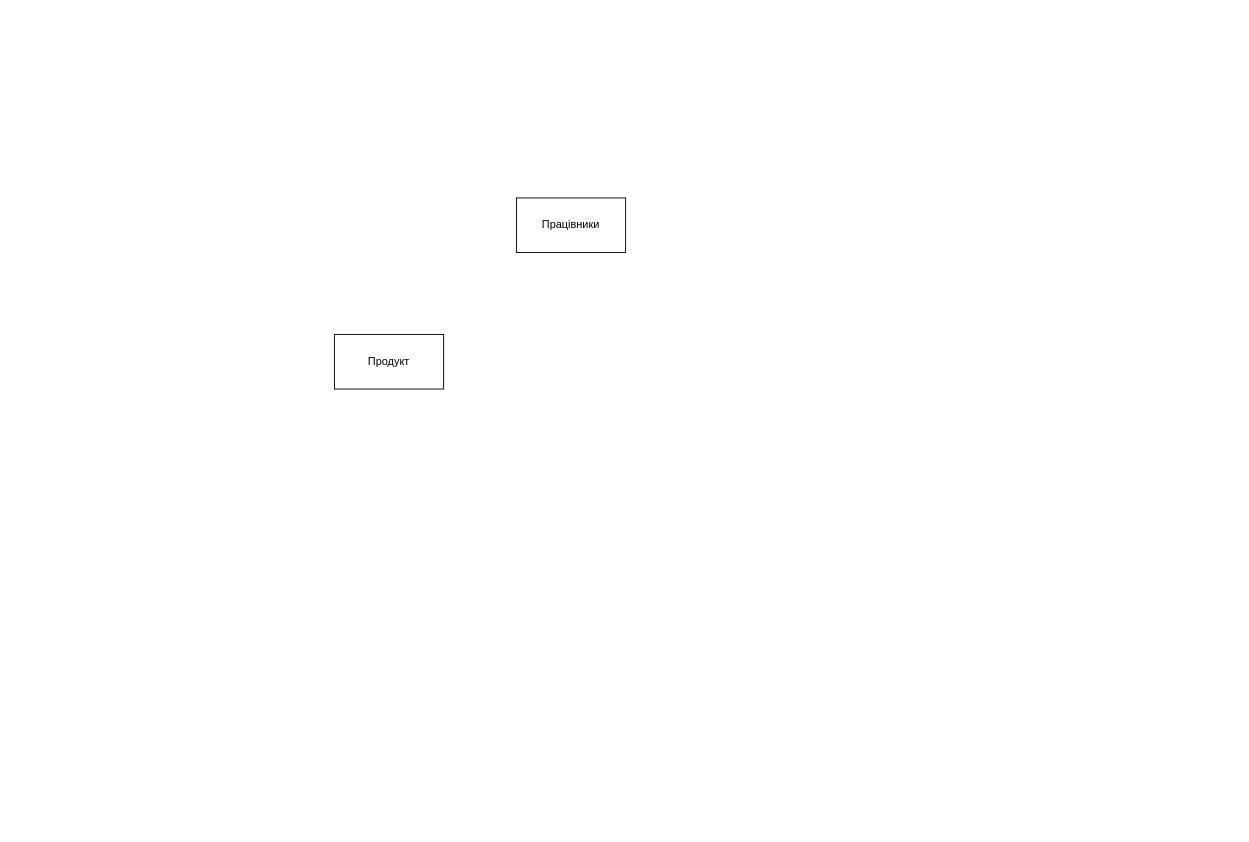
YuriiFlys/Autonetics keeps this draw.io diagram as Autonetics.drawio. Above is the earlier version. Source tidied: cells renumbered, new cells numbered last; positions are measured from the earlier drawing's top-left corner, leaving out a move shared by most shapes. Both pictures are drawn from the tidied source at 91%, with x=0, y=0 at pixel (334, 197).
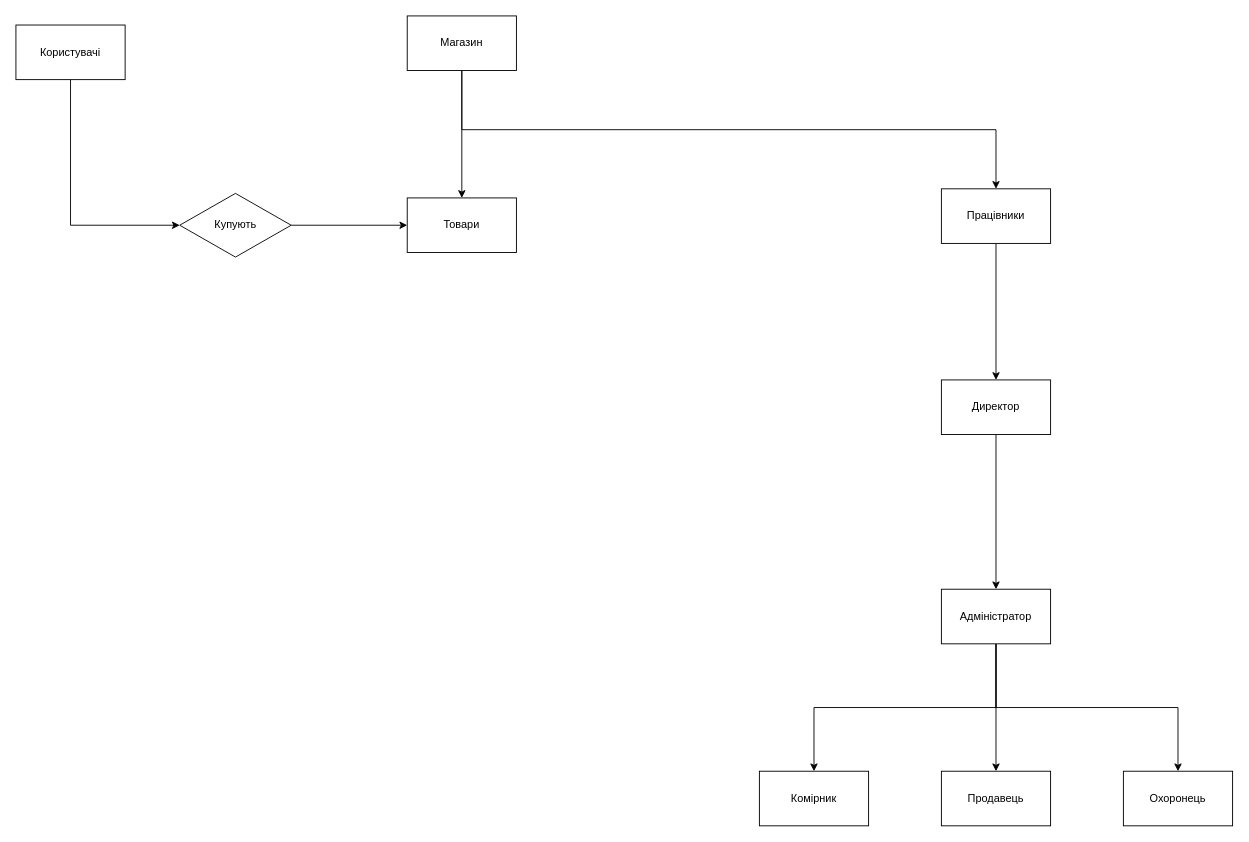
Above is the later version.

The edit, as a diff of the source:
```diff
@@
-    <mxCell id="2" value="Продукт" style="rounded=0;whiteSpace=wrap;html=1;" parent="1" vertex="1">
-      <mxGeometry y="150" width="120" height="60" as="geometry" />
+    <mxCell id="2" value="Товари" style="rounded=0;whiteSpace=wrap;html=1;" parent="1" vertex="1">
+      <mxGeometry x="80" width="120" height="60" as="geometry" />
     </mxCell>
+    <mxCell id="4" style="edgeStyle=orthogonalEdgeStyle;rounded=0;jettySize=auto;html=1;exitX=0.5;exitY=1;exitDx=0;exitDy=0;" parent="1" edge="1" source="3" target="11">
+      <mxGeometry relative="1" as="geometry" />
+    </mxCell>
     <mxCell id="3" value="Працівники" style="rounded=0;whiteSpace=wrap;html=1;" parent="1" vertex="1">
-      <mxGeometry x="200" width="120" height="60" as="geometry" />
+      <mxGeometry x="667" y="-10" width="120" height="60" as="geometry" />
     </mxCell>
+    <mxCell id="5" style="edgeStyle=orthogonalEdgeStyle;rounded=0;jettySize=auto;html=1;exitX=0.5;exitY=1;exitDx=0;exitDy=0;entryX=0;entryY=0.5;entryDx=0;entryDy=0;" parent="1" edge="1" source="6" target="20">
+      <mxGeometry relative="1" as="geometry" />
+    </mxCell>
+    <mxCell id="6" value="Користувачі" style="rounded=0;whiteSpace=wrap;html=1;" parent="1" vertex="1">
+      <mxGeometry x="-350" y="-190" width="120" height="60" as="geometry" />
+    </mxCell>
+    <mxCell id="7" style="edgeStyle=orthogonalEdgeStyle;rounded=0;jettySize=auto;html=1;" parent="1" edge="1" source="9" target="2">
+      <mxGeometry relative="1" as="geometry" />
+    </mxCell>
+    <mxCell id="8" style="edgeStyle=orthogonalEdgeStyle;rounded=0;jettySize=auto;html=1;exitX=0.5;exitY=1;exitDx=0;exitDy=0;" parent="1" edge="1" source="9" target="3">
+      <mxGeometry relative="1" as="geometry" />
+    </mxCell>
+    <mxCell id="9" value="Магазин&lt;br&gt;" style="rounded=0;whiteSpace=wrap;html=1;" parent="1" vertex="1">
+      <mxGeometry x="80" y="-200" width="120" height="60" as="geometry" />
+    </mxCell>
+    <mxCell id="10" style="edgeStyle=orthogonalEdgeStyle;rounded=0;jettySize=auto;html=1;exitX=0.5;exitY=1;exitDx=0;exitDy=0;" parent="1" edge="1" source="11" target="15">
+      <mxGeometry relative="1" as="geometry" />
+    </mxCell>
+    <mxCell id="11" value="Директор" style="rounded=0;whiteSpace=wrap;html=1;" parent="1" vertex="1">
+      <mxGeometry x="667" y="200" width="120" height="60" as="geometry" />
+    </mxCell>
+    <mxCell id="12" style="edgeStyle=orthogonalEdgeStyle;rounded=0;jettySize=auto;html=1;" parent="1" edge="1" source="15" target="16">
+      <mxGeometry relative="1" as="geometry" />
+    </mxCell>
+    <mxCell id="13" style="edgeStyle=orthogonalEdgeStyle;rounded=0;jettySize=auto;html=1;exitX=0.5;exitY=1;exitDx=0;exitDy=0;" parent="1" edge="1" source="15" target="18">
+      <mxGeometry relative="1" as="geometry" />
+    </mxCell>
+    <mxCell id="14" style="edgeStyle=orthogonalEdgeStyle;rounded=0;jettySize=auto;html=1;exitX=0.5;exitY=1;exitDx=0;exitDy=0;" parent="1" edge="1" source="15" target="17">
+      <mxGeometry relative="1" as="geometry" />
+    </mxCell>
+    <mxCell id="15" value="Адміністратор" style="rounded=0;whiteSpace=wrap;html=1;" parent="1" vertex="1">
+      <mxGeometry x="667" y="430" width="120" height="60" as="geometry" />
+    </mxCell>
+    <mxCell id="16" value="Продавець" style="rounded=0;whiteSpace=wrap;html=1;" parent="1" vertex="1">
+      <mxGeometry x="667" y="630" width="120" height="60" as="geometry" />
+    </mxCell>
+    <mxCell id="17" value="Комірник" style="rounded=0;whiteSpace=wrap;html=1;" parent="1" vertex="1">
+      <mxGeometry x="467" y="630" width="120" height="60" as="geometry" />
+    </mxCell>
+    <mxCell id="18" value="Охоронець" style="rounded=0;whiteSpace=wrap;html=1;" parent="1" vertex="1">
+      <mxGeometry x="867" y="630" width="120" height="60" as="geometry" />
+    </mxCell>
+    <mxCell id="19" style="edgeStyle=orthogonalEdgeStyle;rounded=0;jettySize=auto;html=1;exitX=1;exitY=0.5;exitDx=0;exitDy=0;" parent="1" edge="1" source="20" target="2">
+      <mxGeometry relative="1" as="geometry" />
+    </mxCell>
+    <mxCell id="20" value="Купують" style="rhombus;whiteSpace=wrap;html=1;" parent="1" vertex="1">
+      <mxGeometry x="-170" y="-5" width="122.5" height="70" as="geometry" />
+    </mxCell>
```
